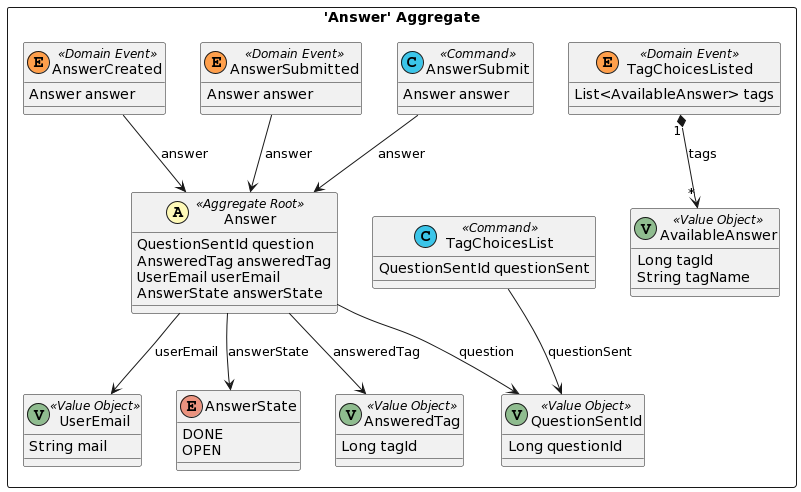
This is doc/dist/src-gen/gamedev_BC_AnswerContext_Answer.png from esgi-lyon/question-ddd, a PlantUML export, as it was before one commit.
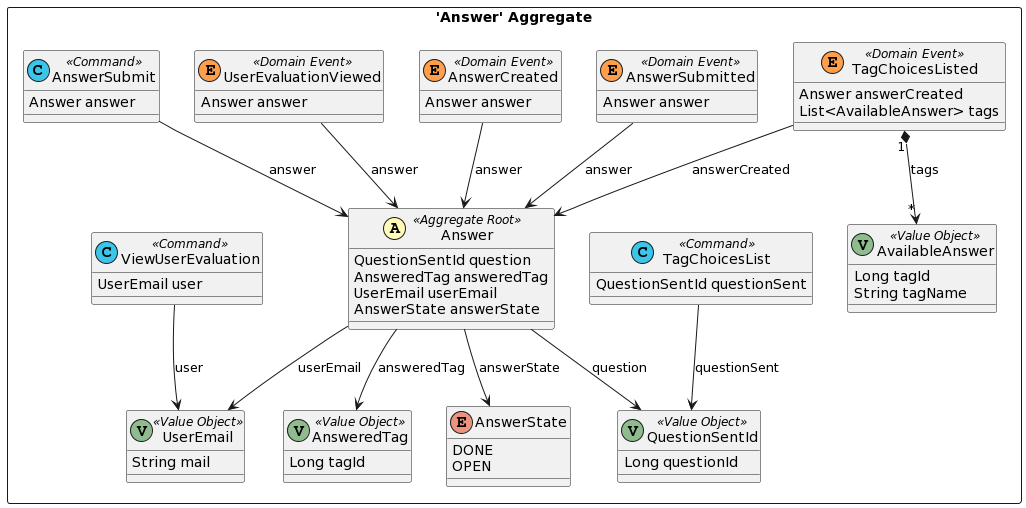
The same file after the commit.

Diff of the diagram source:
```diff
@@ -26,6 +26,7 @@
 		String mail
 	}
 	class TagChoicesListed <<(E,#ff9f4b) Domain Event>> {
+		Answer answerCreated
 		List<AvailableAnswer> tags
 	}
 	class AnswerSubmitted <<(E,#ff9f4b) Domain Event>> {
@@ -34,20 +35,29 @@
 	class AnswerCreated <<(E,#ff9f4b) Domain Event>> {
 		Answer answer
 	}
+	class UserEvaluationViewed <<(E,#ff9f4b) Domain Event>> {
+		Answer answer
+	}
 	class TagChoicesList <<(C,#3bc5e9) Command>> {
 		QuestionSentId questionSent
 	}
 	class AnswerSubmit <<(C,#3bc5e9) Command>> {
 		Answer answer
 	}
+	class ViewUserEvaluation <<(C,#3bc5e9) Command>> {
+		UserEmail user
+	}
 }
 Answer --> QuestionSentId : question
 AnswerSubmitted --> Answer : answer
 AnswerCreated --> Answer : answer
 Answer --> AnsweredTag : answeredTag
+TagChoicesListed --> Answer : answerCreated
 Answer --> UserEmail : userEmail
+ViewUserEvaluation --> UserEmail : user
 TagChoicesList --> QuestionSentId : questionSent
 Answer --> AnswerState : answerState
 TagChoicesListed "1" *--> "*" AvailableAnswer : tags
+UserEvaluationViewed --> Answer : answer
 AnswerSubmit --> Answer : answer
 @enduml
```
